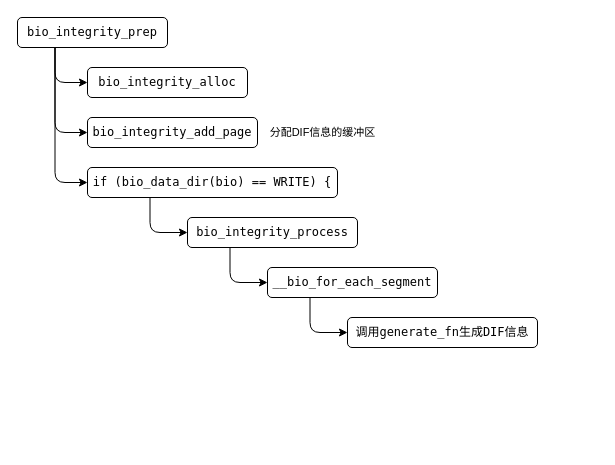
Aspiresky/draw.io keeps this draw.io diagram as page "blk integrity" (3 of 8) of linux/linux_block.drawio. Above is the earlier version. Source tidied: cells renumbered, new cells numbered last; positions are measured from the earlier drawing's top-left corner, leaving out a move shared by most shapes. Both pictures are drawn from the tidied source at 100%, with x=0, y=0 at pixel (17, 17).
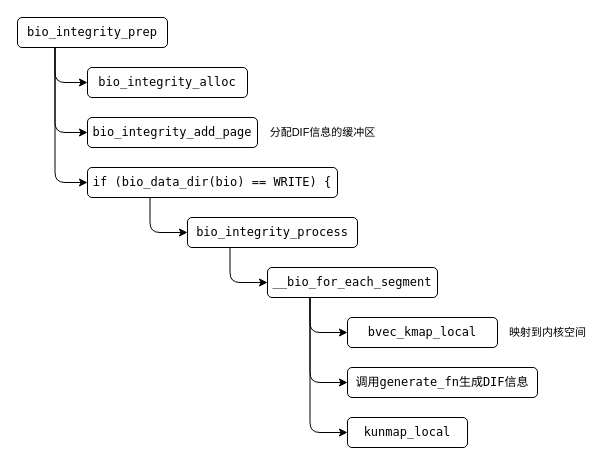
The same page after the edit.

Unchanged cells that the change refers to:
```xml
<mxCell id="14" value="__bio_for_each_segment" style="rounded=1;whiteSpace=wrap;html=1;fontFamily=Lucida Console;" parent="1" vertex="1">
  <mxGeometry x="250" y="250" width="170" height="30" as="geometry" />
</mxCell>
```

What changed in the source:
```diff
@@
+    <mxCell id="16" style="edgeStyle=orthogonalEdgeStyle;shape=connector;curved=0;rounded=1;jettySize=auto;html=1;exitX=0.25;exitY=1;exitDx=0;exitDy=0;entryX=0;entryY=0.5;entryDx=0;entryDy=0;strokeColor=default;align=center;verticalAlign=middle;fontFamily=Helvetica;fontSize=11;fontColor=default;labelBackgroundColor=default;endArrow=classic;" parent="1" edge="1" source="14" target="18">
+      <mxGeometry relative="1" as="geometry" />
+    </mxCell>
+    <mxCell id="17" style="edgeStyle=orthogonalEdgeStyle;shape=connector;curved=0;rounded=1;jettySize=auto;html=1;exitX=0.25;exitY=1;exitDx=0;exitDy=0;entryX=0;entryY=0.5;entryDx=0;entryDy=0;strokeColor=default;align=center;verticalAlign=middle;fontFamily=Helvetica;fontSize=11;fontColor=default;labelBackgroundColor=default;endArrow=classic;" parent="1" edge="1" source="14" target="20">
+      <mxGeometry relative="1" as="geometry" />
+    </mxCell>
@@
     <mxCell id="15" value="调用generate_fn生成DIF信息" style="rounded=1;whiteSpace=wrap;html=1;fontFamily=Lucida Console;" parent="1" vertex="1">
-      <mxGeometry x="330" y="300" width="190" height="30" as="geometry" />
+      <mxGeometry x="330" y="350" width="190" height="30" as="geometry" />
     </mxCell>
+    <mxCell id="18" value="bvec_kmap_local" style="rounded=1;whiteSpace=wrap;html=1;fontFamily=Lucida Console;" parent="1" vertex="1">
+      <mxGeometry x="330" y="300" width="150" height="30" as="geometry" />
+    </mxCell>
+    <mxCell id="19" value="映射到内核空间" style="text;html=1;align=center;verticalAlign=middle;strokeColor=none;fillColor=none;fontFamily=Helvetica;fontSize=11;fontColor=default;labelBackgroundColor=default;" parent="1" vertex="1">
+      <mxGeometry x="480" y="300" width="100" height="30" as="geometry" />
+    </mxCell>
+    <mxCell id="20" value="kunmap_local" style="rounded=1;whiteSpace=wrap;html=1;fontFamily=Lucida Console;" parent="1" vertex="1">
+      <mxGeometry x="330" y="400" width="120" height="30" as="geometry" />
+    </mxCell>
```
